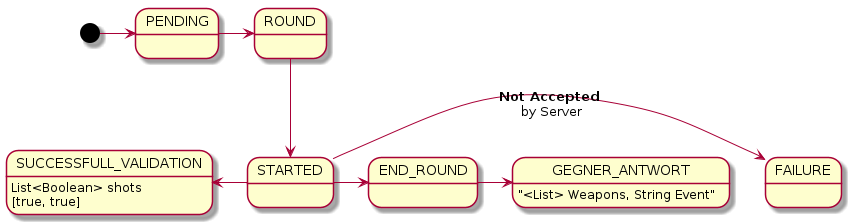
The PlantUML diagram docs/combatSequence.png in ksreyr/SpaceStudio, before a commit. Source of this version:
```plantuml
@startuml


[*] -right-> PENDING
PENDING -right-> ROUND
ROUND -down-> STARTED
STARTED -right-> FAILURE: <b> Not Accepted </b>\n by Server
STARTED -left-> SUCCESSFULL_VALIDATION


SUCCESSFULL_VALIDATION: List<Boolean> shots
SUCCESSFULL_VALIDATION: [true, true]

STARTED -> END_ROUND
END_ROUND -> GEGNER_ANTWORT

GEGNER_ANTWORT:  "<List> Weapons, String Event"


@enduml
```
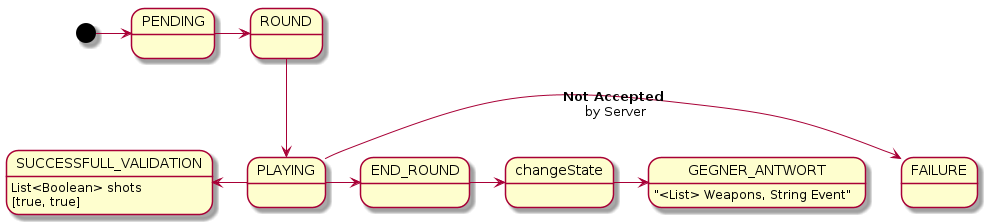
Above is the later version.

What changed in the source:
```diff
@@ -3,17 +3,19 @@
 
 [*] -right-> PENDING
 PENDING -right-> ROUND
-ROUND -down-> STARTED
-STARTED -right-> FAILURE: <b> Not Accepted </b>\n by Server
-STARTED -left-> SUCCESSFULL_VALIDATION
+ROUND -down-> PLAYING
+PLAYING -right-> FAILURE: <b> Not Accepted </b>\n by Server
+PLAYING -left-> SUCCESSFULL_VALIDATION
+PLAYING -> END_ROUND
+END_ROUND -> changeState
+changeState -> GEGNER_ANTWORT
+
+
 
 
 SUCCESSFULL_VALIDATION: List<Boolean> shots
 SUCCESSFULL_VALIDATION: [true, true]
 
-STARTED -> END_ROUND
-END_ROUND -> GEGNER_ANTWORT
-
 GEGNER_ANTWORT:  "<List> Weapons, String Event"
 
 
```
